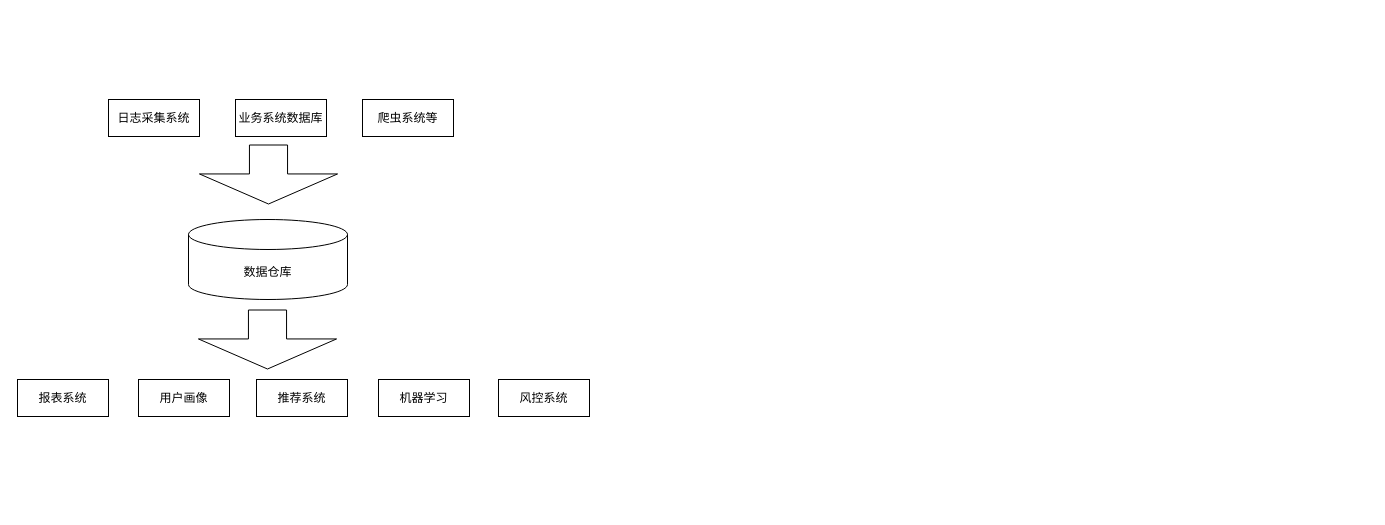
Earlier version of the draw.io diagram blog/data_store.drawio (began-zhao/studydraw). Source tidied: cells renumbered, new cells numbered last; positions are measured from the earlier drawing's top-left corner, leaving out a move shared by most shapes. Both pictures are drawn from the tidied source at 100%, with x=0, y=0 at pixel (17, 99).
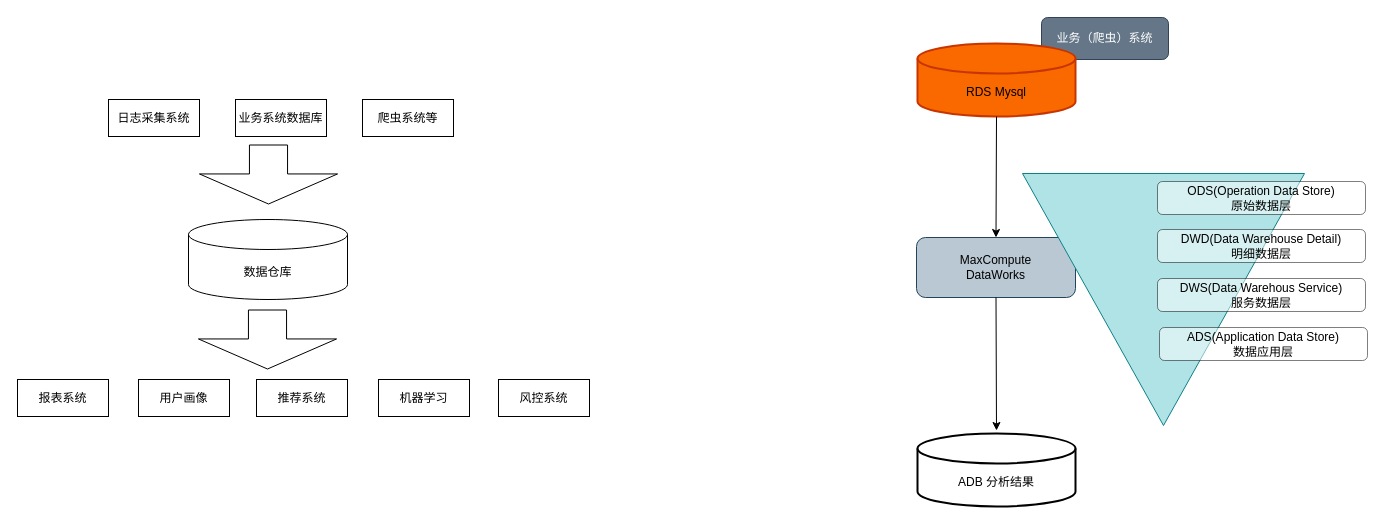
Above is the later version.

Change to the diagram source:
```diff
@@
+    <mxCell id="13" value="ADB 分析结果" style="shape=cylinder3;whiteSpace=wrap;html=1;boundedLbl=1;backgroundOutline=1;size=15;strokeWidth=2;" parent="1" vertex="1">
+      <mxGeometry x="900" y="334" width="158" height="73" as="geometry" />
+    </mxCell>
+    <mxCell id="14" value="MaxCompute&lt;br&gt;DataWorks" style="rounded=1;whiteSpace=wrap;html=1;fillColor=#bac8d3;strokeColor=#23445d;" parent="1" vertex="1">
+      <mxGeometry x="899" y="138" width="159" height="60" as="geometry" />
+    </mxCell>
+    <mxCell id="15" style="triangle;whiteSpace=wrap;html=1;direction=south;fillColor=#b0e3e6;strokeColor=#0e8088;" parent="1" vertex="1">
+      <mxGeometry x="1005" y="74" width="282" height="252" as="geometry" />
+    </mxCell>
+    <mxCell id="16" value="业务（爬虫）系统" style="rounded=1;whiteSpace=wrap;html=1;fillColor=#647687;fontColor=#ffffff;strokeColor=#314354;" parent="1" vertex="1">
+      <mxGeometry x="1024" y="-82" width="127" height="42" as="geometry" />
+    </mxCell>
+    <mxCell id="17" value="RDS Mysql" style="shape=cylinder3;whiteSpace=wrap;html=1;boundedLbl=1;backgroundOutline=1;size=15;fillColor=#fa6800;fontColor=#000000;strokeColor=#C73500;strokeWidth=2;" parent="1" vertex="1">
+      <mxGeometry x="900" y="-56" width="158" height="73" as="geometry" />
+    </mxCell>
+    <mxCell id="18" value="ODS(Operation Data Store)&lt;br&gt;原始数据层" style="rounded=1;whiteSpace=wrap;html=1;opacity=50;" parent="1" vertex="1">
+      <mxGeometry x="1140" y="82" width="208" height="33" as="geometry" />
+    </mxCell>
+    <mxCell id="19" value="DWD(Data Warehouse Detail)&lt;br&gt;明细数据层" style="rounded=1;whiteSpace=wrap;html=1;opacity=50;" parent="1" vertex="1">
+      <mxGeometry x="1140" y="130" width="208" height="33" as="geometry" />
+    </mxCell>
+    <mxCell id="20" value="DWS(Data Warehous Service)&lt;br&gt;服务数据层" style="rounded=1;whiteSpace=wrap;html=1;opacity=50;" parent="1" vertex="1">
+      <mxGeometry x="1140" y="179" width="208" height="33" as="geometry" />
+    </mxCell>
+    <mxCell id="21" value="ADS(Application Data Store)&lt;br&gt;数据应用层" style="rounded=1;whiteSpace=wrap;html=1;opacity=50;" parent="1" vertex="1">
+      <mxGeometry x="1142" y="228" width="208" height="33" as="geometry" />
+    </mxCell>
+    <mxCell id="22" style="endArrow=classic;html=1;rounded=0;exitX=0.5;exitY=1;exitDx=0;exitDy=0;exitPerimeter=0;entryX=0.5;entryY=0;entryDx=0;entryDy=0;" parent="1" edge="1" source="17" target="14">
+      <mxGeometry relative="1" as="geometry" />
+    </mxCell>
+    <mxCell id="23" style="endArrow=classic;html=1;rounded=0;exitX=0.5;exitY=1;exitDx=0;exitDy=0;" parent="1" edge="1" source="14">
+      <mxGeometry relative="1" as="geometry">
+        <mxPoint x="979" y="331" as="targetPoint" />
+      </mxGeometry>
+    </mxCell>
```
